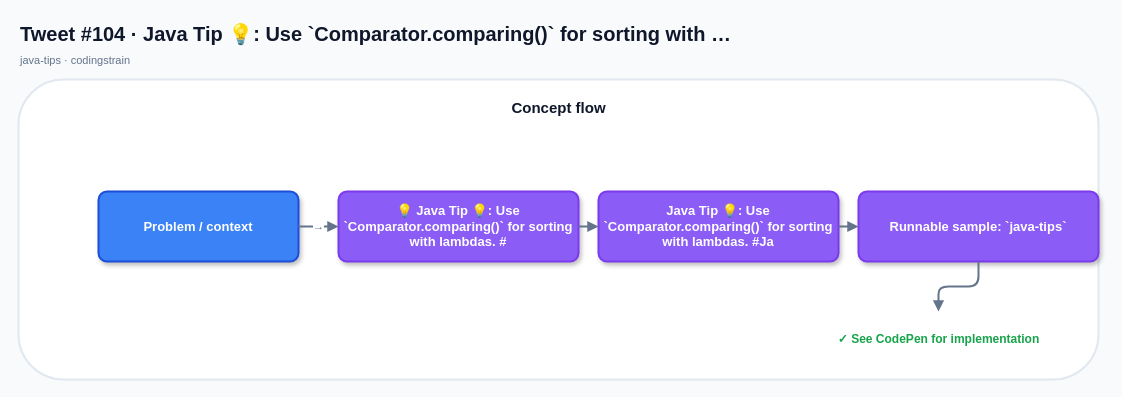
Above: x-posts-examples/generated-x-posts/java-posts/drawio/tweet-104.drawio in mcasari/codingstrain (draw.io), before the change. Source tidied: cells renumbered, new cells numbered last; positions are measured from the earlier drawing's top-left corner, leaving out a move shared by most shapes. Both pictures are drawn from the tidied source at 100%, with x=0, y=0 at pixel (18, 17).
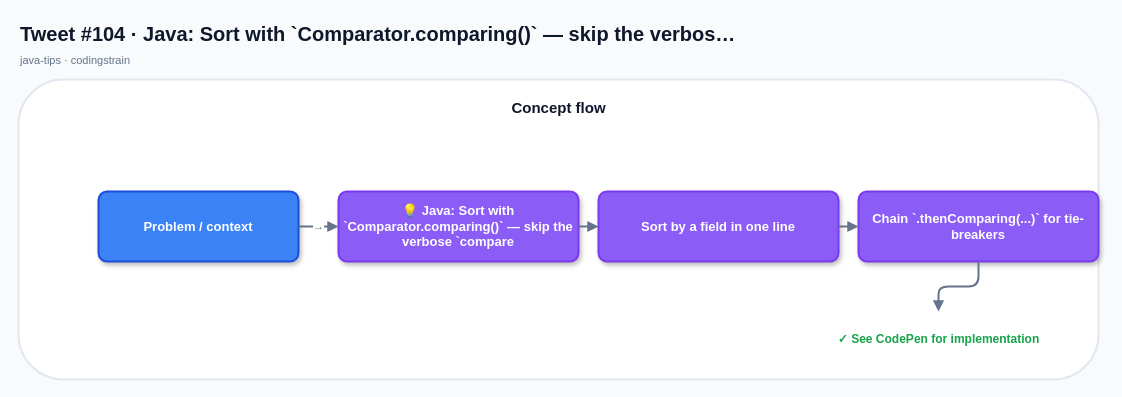
The same page after the edit.

Diff of the diagram source:
```diff
@@
 <mxGraphModel background="#F8FAFC">
   <root>
     <mxCell id="0" />
     <mxCell id="1" parent="0" />
-    <mxCell id="2" value="Tweet #104 · Java Tip 💡: Use `Comparator.comparing()` for sorting with …" style="text;html=1;strokeColor=none;fillColor=none;align=left;verticalAlign=middle;fontSize=20;fontStyle=1;fontColor=#0F172A;" parent="1" vertex="1">
+    <mxCell id="2" value="Tweet #104 · Java: Sort with `Comparator.comparing()` — skip the verbos…" style="text;html=1;strokeColor=none;fillColor=none;align=left;verticalAlign=middle;fontSize=20;fontStyle=1;fontColor=#0F172A;" parent="1" vertex="1">
       <mxGeometry width="760" height="32" as="geometry" />
     </mxCell>
     <mxCell id="3" value="java-tips · codingstrain" style="text;html=1;strokeColor=none;fillColor=none;align=left;verticalAlign=middle;fontSize=11;fontStyle=0;fontColor=#64748B;" parent="1" vertex="1">
       <mxGeometry y="32" width="520" height="22" as="geometry" />
     </mxCell>
     <mxCell id="4" style="rounded=1;fillColor=#FFFFFF;strokeColor=#E2E8F0;strokeWidth=2;shadow=0;" parent="1" vertex="1">
       <mxGeometry y="62" width="1080" height="300" as="geometry" />
     </mxCell>
     <mxCell id="5" value="Concept flow" style="text;html=1;strokeColor=none;fillColor=none;align=center;verticalAlign=middle;fontSize=15;fontStyle=1;fontColor=#0F172A;" parent="1" vertex="1">
       <mxGeometry x="20" y="76" width="1040" height="28" as="geometry" />
     </mxCell>
     <mxCell id="6" value="Problem / context" style="rounded=1;whiteSpace=wrap;html=1;arcSize=12;fillColor=#3B82F6;strokeColor=#1D4ED8;strokeWidth=2;fontColor=#FFFFFF;fontSize=13;fontStyle=1;shadow=1;align=center;verticalAlign=middle;" parent="1" vertex="1">
       <mxGeometry x="80" y="174" width="200" height="70" as="geometry" />
     </mxCell>
-    <mxCell id="7" value="💡 Java Tip 💡: Use `Comparator.comparing()` for sorting with lambdas. #" style="rounded=1;whiteSpace=wrap;html=1;arcSize=12;fillColor=#8B5CF6;strokeColor=#7C3AED;strokeWidth=2;fontColor=#FFFFFF;fontSize=13;fontStyle=1;shadow=1;align=center;verticalAlign=middle;" parent="1" vertex="1">
+    <mxCell id="7" value="💡 Java: Sort with `Comparator.comparing()` — skip the verbose `compare" style="rounded=1;whiteSpace=wrap;html=1;arcSize=12;fillColor=#8B5CF6;strokeColor=#7C3AED;strokeWidth=2;fontColor=#FFFFFF;fontSize=13;fontStyle=1;shadow=1;align=center;verticalAlign=middle;" parent="1" vertex="1">
       <mxGeometry x="320" y="174" width="240" height="70" as="geometry" />
     </mxCell>
     <mxCell id="8" value="→" style="edgeStyle=orthogonalEdgeStyle;rounded=1;jettySize=auto;html=1;endArrow=block;endFill=1;startArrow=none;strokeColor=#64748B;strokeWidth=2;fontColor=#64748B;fontSize=11;" parent="1" edge="1" source="6" target="7">
       <mxGeometry relative="1" as="geometry" />
     </mxCell>
-    <mxCell id="9" value="Java Tip 💡: Use `Comparator.comparing()` for sorting with lambdas. #Ja" style="rounded=1;whiteSpace=wrap;html=1;arcSize=12;fillColor=#8B5CF6;strokeColor=#7C3AED;strokeWidth=2;fontColor=#FFFFFF;fontSize=13;fontStyle=1;shadow=1;align=center;verticalAlign=middle;" parent="1" vertex="1">
+    <mxCell id="9" value="Sort by a field in one line" style="rounded=1;whiteSpace=wrap;html=1;arcSize=12;fillColor=#8B5CF6;strokeColor=#7C3AED;strokeWidth=2;fontColor=#FFFFFF;fontSize=13;fontStyle=1;shadow=1;align=center;verticalAlign=middle;" parent="1" vertex="1">
       <mxGeometry x="580" y="174" width="240" height="70" as="geometry" />
     </mxCell>
     <mxCell id="10" style="edgeStyle=orthogonalEdgeStyle;rounded=1;jettySize=auto;html=1;endArrow=block;endFill=1;startArrow=none;strokeColor=#64748B;strokeWidth=2;fontColor=#64748B;fontSize=11;" parent="1" edge="1" source="7" target="9">
       <mxGeometry relative="1" as="geometry" />
     </mxCell>
-    <mxCell id="11" value="Runnable sample: `java-tips`" style="rounded=1;whiteSpace=wrap;html=1;arcSize=12;fillColor=#8B5CF6;strokeColor=#7C3AED;strokeWidth=2;fontColor=#FFFFFF;fontSize=13;fontStyle=1;shadow=1;align=center;verticalAlign=middle;" parent="1" vertex="1">
+    <mxCell id="11" value="Chain `.thenComparing(...)` for tie-breakers" style="rounded=1;whiteSpace=wrap;html=1;arcSize=12;fillColor=#8B5CF6;strokeColor=#7C3AED;strokeWidth=2;fontColor=#FFFFFF;fontSize=13;fontStyle=1;shadow=1;align=center;verticalAlign=middle;" parent="1" vertex="1">
       <mxGeometry x="840" y="174" width="240" height="70" as="geometry" />
     </mxCell>
     <mxCell id="12" style="edgeStyle=orthogonalEdgeStyle;rounded=1;jettySize=auto;html=1;endArrow=block;endFill=1;startArrow=none;strokeColor=#64748B;strokeWidth=2;fontColor=#64748B;fontSize=11;" parent="1" edge="1" source="9" target="11">
       <mxGeometry relative="1" as="geometry" />
     </mxCell>
     <mxCell id="13" value="✓ See CodePen for implementation" style="text;html=1;strokeColor=none;fillColor=none;align=center;verticalAlign=middle;fontSize=12;fontStyle=1;fontColor=#16A34A;" parent="1" vertex="1">
       <mxGeometry x="800" y="294" width="240" height="56" as="geometry" />
     </mxCell>
     <mxCell id="14" style="edgeStyle=orthogonalEdgeStyle;rounded=1;jettySize=auto;html=1;endArrow=block;endFill=1;startArrow=none;strokeColor=#64748B;strokeWidth=2;fontColor=#64748B;fontSize=11;" parent="1" edge="1" source="11" target="13">
       <mxGeometry relative="1" as="geometry" />
     </mxCell>
   </root>
 </mxGraphModel>
```
